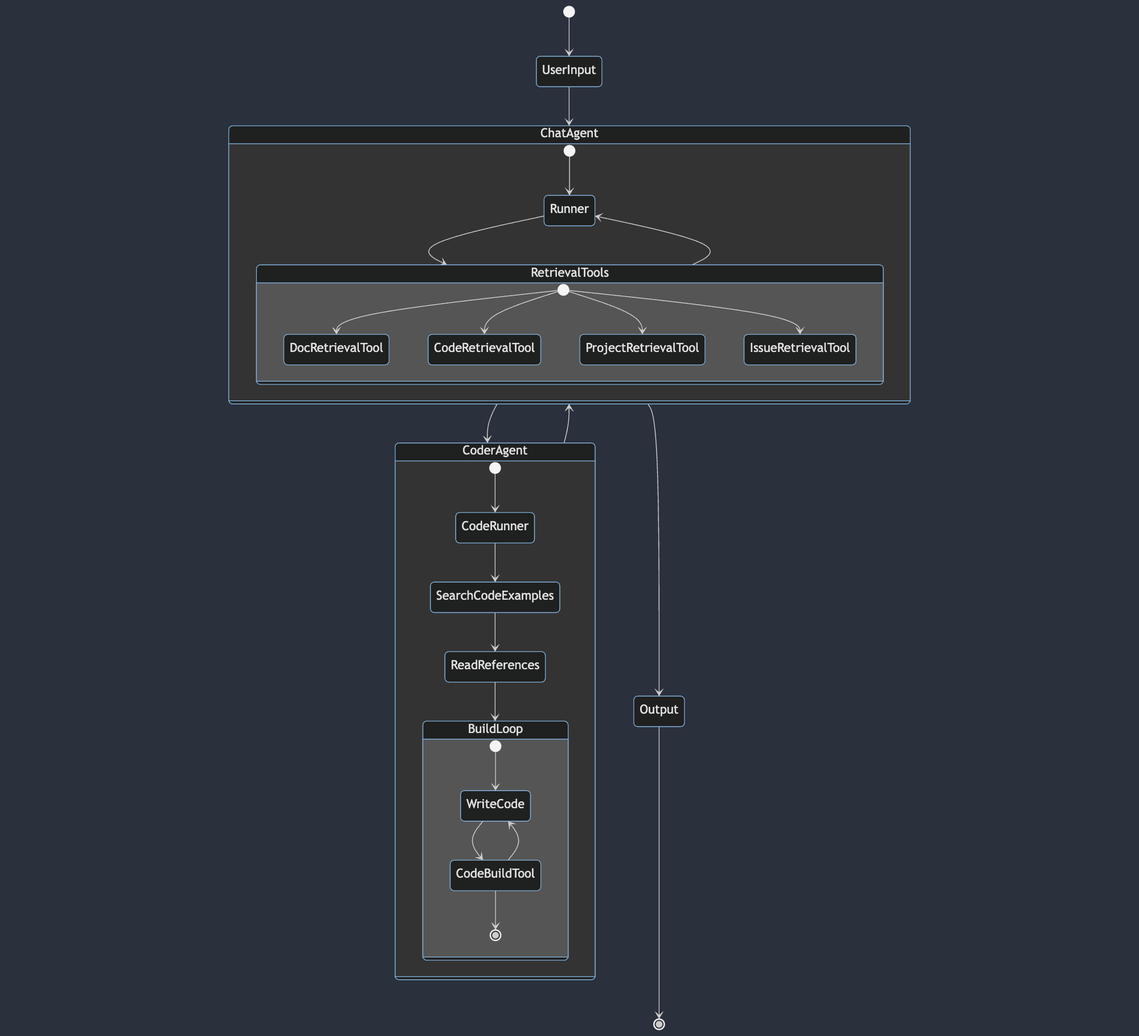
This is cli/diagram.png from UmstadAI/zkAppUmstad, a Mermaid export, as it was before one commit. Its source is kept beside it as cli/diagram.mmd.
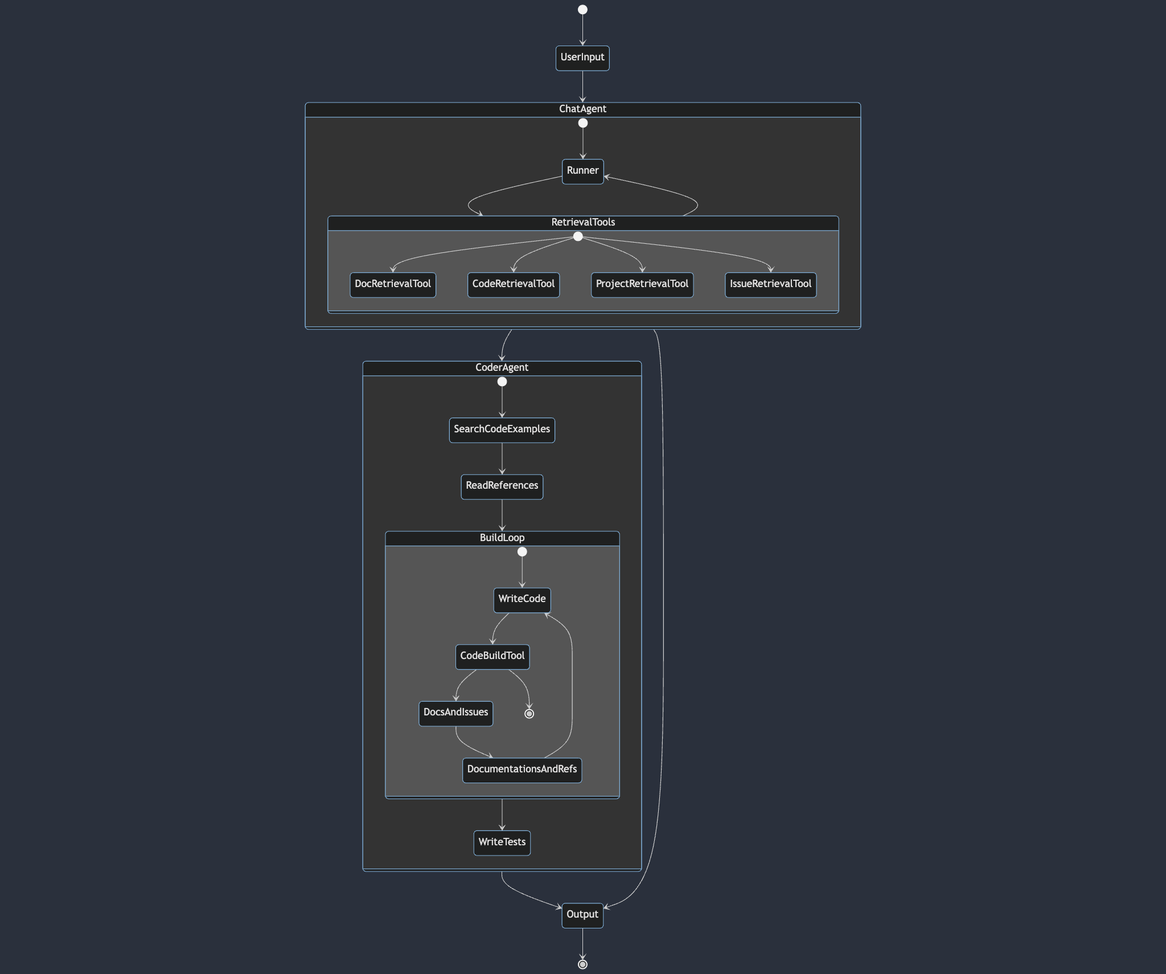
The same file after the commit.

The edit, as a diff of the source:
```diff
@@ -19,8 +19,7 @@
     }
 
     state CoderAgent {
-        [*] --> CodeRunner
-        CodeRunner --> SearchCodeExamples
+        [*] -->  SearchCodeExamples
         SearchCodeExamples --> ReadReferences
         ReadReferences --> BuildLoop
         state BuildLoop {
@@ -28,11 +27,14 @@
             state CodeBuildTool
             [*] --> WriteCode
             WriteCode --> CodeBuildTool
-            CodeBuildTool --> QueryDocsIssues
-            QueryDocsIssues --> WriteCode
+            CodeBuildTool --> DocsAndIssues
+            DocsAndIssues --> DocumentationsAndRefs
+            DocumentationsAndRefs --> WriteCode
             CodeBuildTool --> [*]
         }
+        BuildLoop --> WriteTests
     }
+
     ChatAgent --> CoderAgent
     CoderAgent --> Output
     ChatAgent --> Output
```
